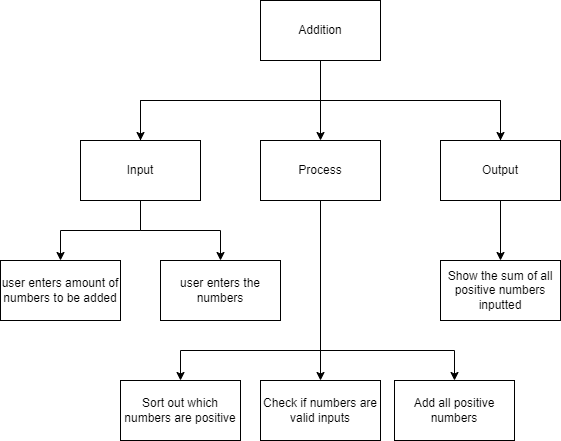
Before: designs/top_down.png, a diagram exported from draw.io (KaitlynIp64/ICS3UR-Unit-4-05-Python). Source tidied: cells renumbered, new cells last; positions are measured from the earlier drawing's top-left corner, leaving out a move shared by most shapes. Source of this version:
```xml
<mxGraphModel>
  <root>
    <mxCell id="0" />
    <mxCell id="1" parent="0" />
    <mxCell id="2" style="edgeStyle=none;html=1;exitX=0.5;exitY=1;exitDx=0;exitDy=0;entryX=0.5;entryY=0;entryDx=0;entryDy=0;" parent="1" edge="1" source="3" target="7">
      <mxGeometry relative="1" as="geometry" />
    </mxCell>
    <mxCell id="3" value="Addition" style="rounded=0;whiteSpace=wrap;html=1;" parent="1" vertex="1">
      <mxGeometry x="260" width="120" height="60" as="geometry" />
    </mxCell>
    <mxCell id="4" style="edgeStyle=none;rounded=0;html=1;entryX=0.5;entryY=0;entryDx=0;entryDy=0;exitX=0.5;exitY=1;exitDx=0;exitDy=0;" parent="1" edge="1" source="7" target="18">
      <mxGeometry relative="1" as="geometry" />
    </mxCell>
    <mxCell id="5" style="edgeStyle=none;rounded=0;html=1;exitX=0.5;exitY=1;exitDx=0;exitDy=0;entryX=0.5;entryY=0;entryDx=0;entryDy=0;" parent="1" edge="1" source="7" target="17">
      <mxGeometry relative="1" as="geometry">
        <Array as="points">
          <mxPoint x="320" y="350" />
          <mxPoint x="180" y="350" />
        </Array>
      </mxGeometry>
    </mxCell>
    <mxCell id="6" style="edgeStyle=none;rounded=0;html=1;exitX=0.5;exitY=1;exitDx=0;exitDy=0;entryX=0.5;entryY=0;entryDx=0;entryDy=0;" parent="1" edge="1" source="7" target="19">
      <mxGeometry relative="1" as="geometry">
        <Array as="points">
          <mxPoint x="320" y="350" />
          <mxPoint x="454" y="350" />
        </Array>
      </mxGeometry>
    </mxCell>
    <mxCell id="7" value="Process" style="rounded=0;whiteSpace=wrap;html=1;" parent="1" vertex="1">
      <mxGeometry x="260" y="140" width="120" height="60" as="geometry" />
    </mxCell>
    <mxCell id="8" style="edgeStyle=none;html=1;exitX=0.5;exitY=0;exitDx=0;exitDy=0;entryX=0.5;entryY=0;entryDx=0;entryDy=0;rounded=0;" parent="1" edge="1" source="11" target="14">
      <mxGeometry relative="1" as="geometry">
        <Array as="points">
          <mxPoint x="140" y="100" />
          <mxPoint x="500" y="100" />
        </Array>
      </mxGeometry>
    </mxCell>
    <mxCell id="9" style="edgeStyle=none;rounded=0;html=1;exitX=0.5;exitY=1;exitDx=0;exitDy=0;entryX=0.5;entryY=0;entryDx=0;entryDy=0;" parent="1" edge="1" source="11" target="15">
      <mxGeometry relative="1" as="geometry">
        <Array as="points">
          <mxPoint x="140" y="230" />
          <mxPoint x="60" y="230" />
        </Array>
      </mxGeometry>
    </mxCell>
    <mxCell id="10" style="edgeStyle=none;rounded=0;html=1;exitX=0.5;exitY=1;exitDx=0;exitDy=0;entryX=0.5;entryY=0;entryDx=0;entryDy=0;" parent="1" edge="1" source="11" target="16">
      <mxGeometry relative="1" as="geometry">
        <Array as="points">
          <mxPoint x="140" y="230" />
          <mxPoint x="220" y="230" />
        </Array>
      </mxGeometry>
    </mxCell>
    <mxCell id="11" value="Input" style="rounded=0;whiteSpace=wrap;html=1;" parent="1" vertex="1">
      <mxGeometry x="80" y="140" width="120" height="60" as="geometry" />
    </mxCell>
    <mxCell id="12" style="edgeStyle=none;rounded=0;html=1;exitX=0.5;exitY=0;exitDx=0;exitDy=0;entryX=0.5;entryY=0;entryDx=0;entryDy=0;" parent="1" edge="1" source="14" target="11">
      <mxGeometry relative="1" as="geometry">
        <Array as="points">
          <mxPoint x="500" y="100" />
          <mxPoint x="140" y="100" />
        </Array>
      </mxGeometry>
    </mxCell>
    <mxCell id="13" style="edgeStyle=none;rounded=0;html=1;exitX=0.5;exitY=1;exitDx=0;exitDy=0;" parent="1" edge="1" source="14" target="20">
      <mxGeometry relative="1" as="geometry" />
    </mxCell>
    <mxCell id="14" value="Output" style="rounded=0;whiteSpace=wrap;html=1;" parent="1" vertex="1">
      <mxGeometry x="440" y="140" width="120" height="60" as="geometry" />
    </mxCell>
    <mxCell id="15" value="user enters amount of numbers to be added" style="rounded=0;whiteSpace=wrap;html=1;" parent="1" vertex="1">
      <mxGeometry y="260" width="120" height="60" as="geometry" />
    </mxCell>
    <mxCell id="16" value="user enters the numbers" style="rounded=0;whiteSpace=wrap;html=1;" parent="1" vertex="1">
      <mxGeometry x="160" y="260" width="120" height="60" as="geometry" />
    </mxCell>
    <mxCell id="17" value="Sort out which numbers are positive" style="rounded=0;whiteSpace=wrap;html=1;" parent="1" vertex="1">
      <mxGeometry x="120" y="380" width="120" height="60" as="geometry" />
    </mxCell>
    <mxCell id="18" value="Check if numbers are valid inputs" style="rounded=0;whiteSpace=wrap;html=1;" parent="1" vertex="1">
      <mxGeometry x="260" y="380" width="120" height="60" as="geometry" />
    </mxCell>
    <mxCell id="19" value="Add all positive numbers" style="rounded=0;whiteSpace=wrap;html=1;" parent="1" vertex="1">
      <mxGeometry x="394" y="380" width="120" height="60" as="geometry" />
    </mxCell>
    <mxCell id="20" value="Show the sum of all positive numbers inputted" style="rounded=0;whiteSpace=wrap;html=1;" parent="1" vertex="1">
      <mxGeometry x="440" y="260" width="120" height="60" as="geometry" />
    </mxCell>
  </root>
</mxGraphModel>
```
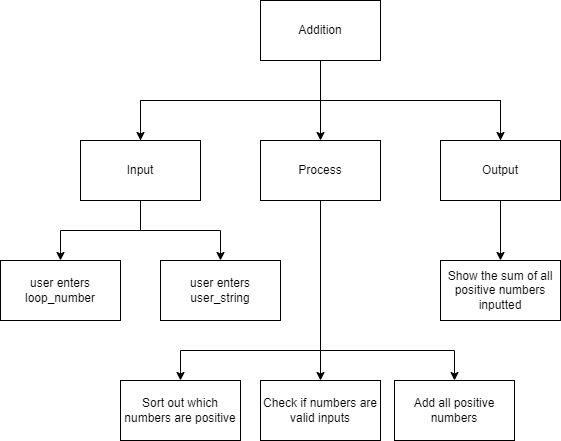
Later version of the same file.

Change to the diagram source:
```diff
@@ -71,10 +71,10 @@
     <mxCell id="14" value="Output" style="rounded=0;whiteSpace=wrap;html=1;" parent="1" vertex="1">
       <mxGeometry x="440" y="140" width="120" height="60" as="geometry" />
     </mxCell>
-    <mxCell id="15" value="user enters amount of numbers to be added" style="rounded=0;whiteSpace=wrap;html=1;" parent="1" vertex="1">
+    <mxCell id="15" value="user enters loop_number" style="rounded=0;whiteSpace=wrap;html=1;" parent="1" vertex="1">
       <mxGeometry y="260" width="120" height="60" as="geometry" />
     </mxCell>
-    <mxCell id="16" value="user enters the numbers" style="rounded=0;whiteSpace=wrap;html=1;" parent="1" vertex="1">
+    <mxCell id="16" value="user enters user_string" style="rounded=0;whiteSpace=wrap;html=1;" parent="1" vertex="1">
       <mxGeometry x="160" y="260" width="120" height="60" as="geometry" />
     </mxCell>
     <mxCell id="17" value="Sort out which numbers are positive" style="rounded=0;whiteSpace=wrap;html=1;" parent="1" vertex="1">
```
